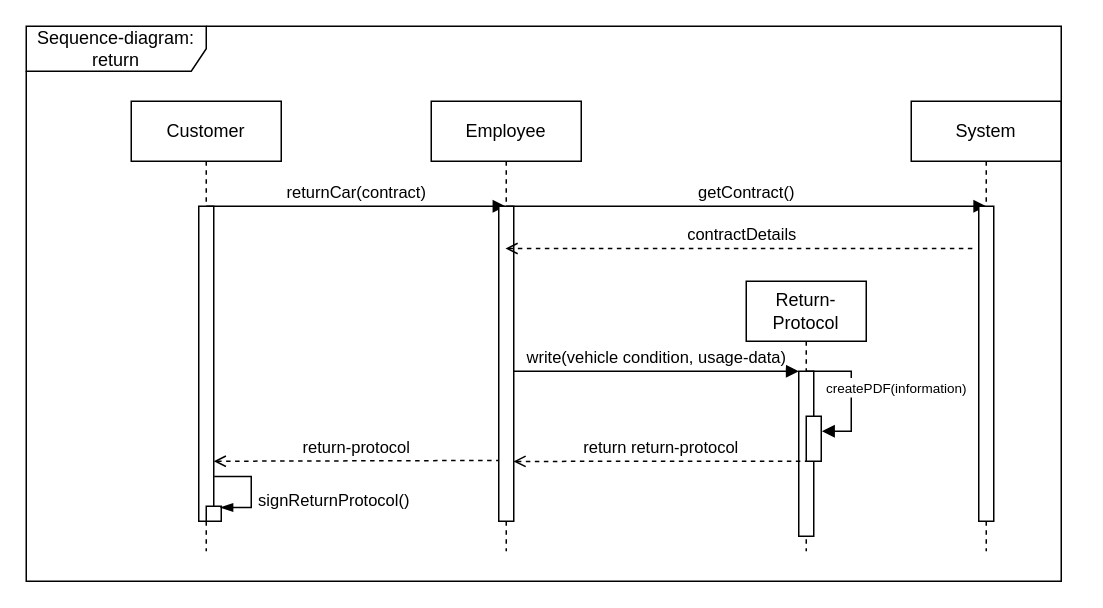
Earlier version of the draw.io diagram diagrams/B3/B3_return.drawio (Lenni528/UMLions). Source tidied: cells renumbered, new cells numbered last; positions are measured from the earlier drawing's top-left corner, leaving out a move shared by most shapes. Both pictures are drawn from the tidied source at 150%, with x=0, y=0 at pixel (26, 26).
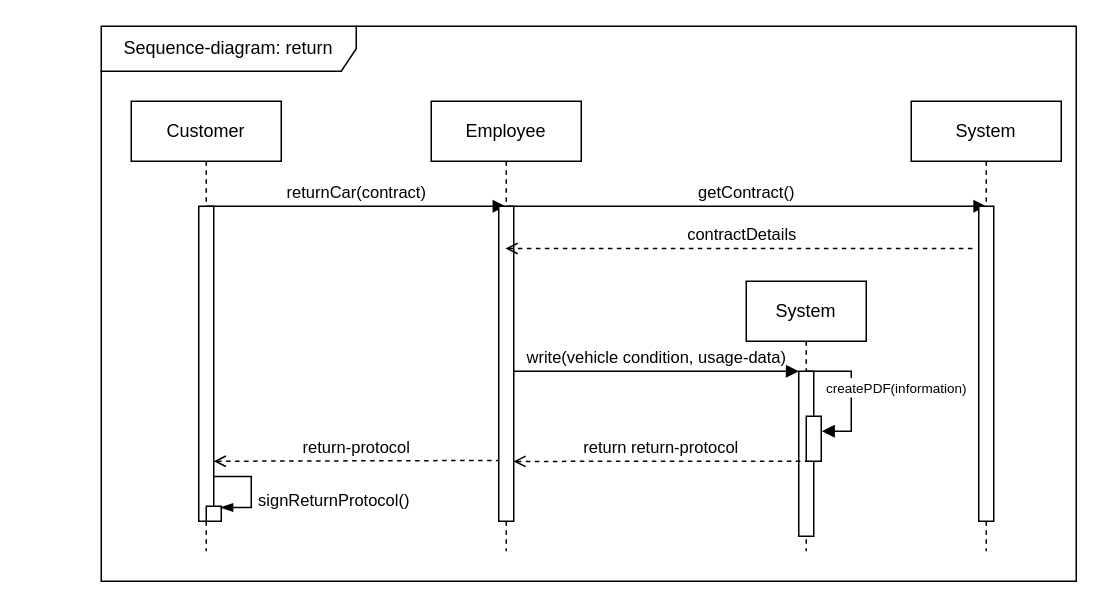
The same diagram, later.

Diff of the diagram source:
```diff
@@
-    <mxCell id="11" value="Return-Protocol" style="shape=umlLifeline;perimeter=lifelinePerimeter;whiteSpace=wrap;html=1;newEdgeStyle={&quot;curved&quot;:0,&quot;rounded&quot;:0};" parent="1" vertex="1">
+    <mxCell id="11" value="System" style="shape=umlLifeline;perimeter=lifelinePerimeter;whiteSpace=wrap;html=1;newEdgeStyle={&quot;curved&quot;:0,&quot;rounded&quot;:0};" parent="1" vertex="1">
       <mxGeometry x="480" y="170" width="80" height="180" as="geometry" />
     </mxCell>
@@
-    <mxCell id="21" value="Sequence-diagram:&lt;div&gt;return&lt;/div&gt;" style="shape=umlFrame;whiteSpace=wrap;html=1;width=120;height=30;" parent="1" vertex="1">
-      <mxGeometry width="690" height="370" as="geometry" />
+    <mxCell id="21" value="Sequence-diagram:&amp;nbsp;&lt;span style=&quot;background-color: transparent; color: light-dark(rgb(0, 0, 0), rgb(255, 255, 255));&quot;&gt;return&lt;/span&gt;" style="shape=umlFrame;whiteSpace=wrap;html=1;width=170;height=30;" parent="1" vertex="1">
+      <mxGeometry x="50" width="650" height="370" as="geometry" />
     </mxCell>
```
